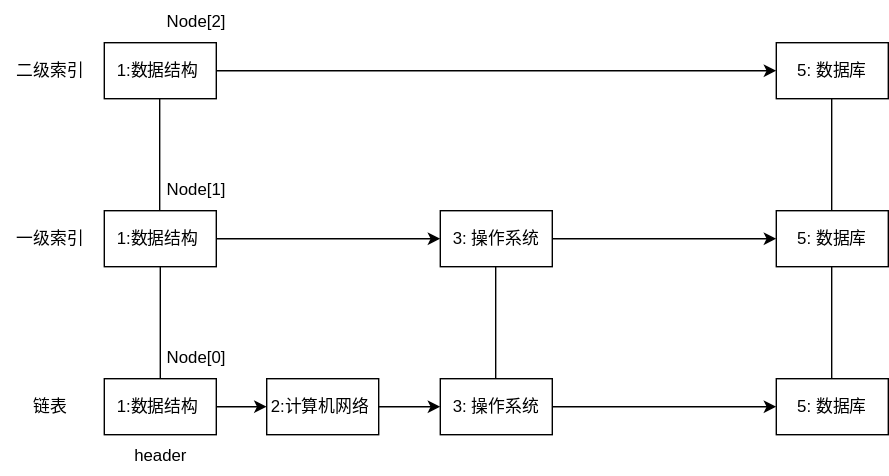
This is assets/img/redis/跳表-插入2.svg from Wind134/Wind134.github.io, a draw.io export, as it was before one commit. Source tidied: cells renumbered, new cells last; positions are measured from the earlier drawing's top-left corner, leaving out a move shared by most shapes.
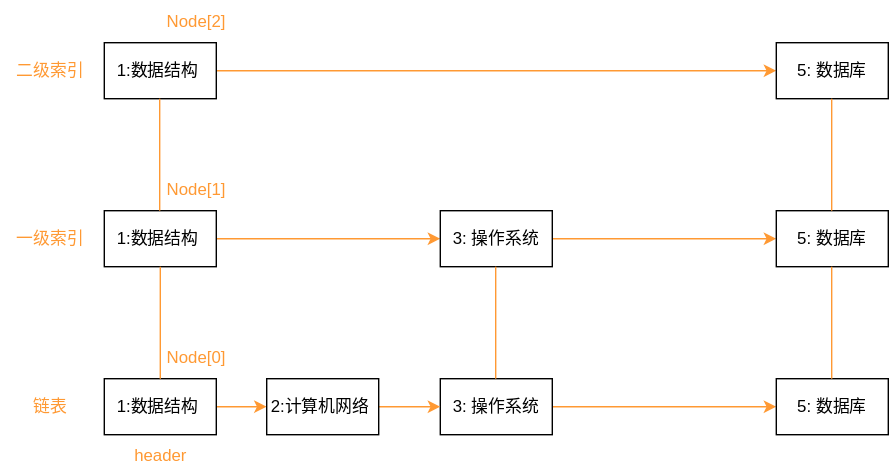
Later version of the same file.

The edit, as a diff of the source:
```diff
@@ -2,13 +2,13 @@
   <root>
     <mxCell id="0" />
     <mxCell id="1" parent="0" />
-    <mxCell id="2" style="edgeStyle=orthogonalEdgeStyle;rounded=0;jettySize=auto;html=1;entryX=0;entryY=0.5;entryDx=0;entryDy=0;" parent="1" edge="1" source="3" target="28">
+    <mxCell id="2" style="edgeStyle=orthogonalEdgeStyle;rounded=0;jettySize=auto;html=1;entryX=0;entryY=0.5;entryDx=0;entryDy=0;strokeColor=#FF9933;" parent="1" edge="1" source="3" target="28">
       <mxGeometry relative="1" as="geometry" />
     </mxCell>
     <mxCell id="3" value="1:数据结构&amp;nbsp;" style="rounded=0;whiteSpace=wrap;html=1;" parent="1" vertex="1">
       <mxGeometry x="74" y="270" width="80" height="40" as="geometry" />
     </mxCell>
-    <mxCell id="4" style="edgeStyle=orthogonalEdgeStyle;rounded=0;jettySize=auto;html=1;entryX=0;entryY=0.5;entryDx=0;entryDy=0;" parent="1" edge="1" source="5" target="6">
+    <mxCell id="4" style="edgeStyle=orthogonalEdgeStyle;rounded=0;jettySize=auto;html=1;entryX=0;entryY=0.5;entryDx=0;entryDy=0;strokeColor=#FF9933;" parent="1" edge="1" source="5" target="6">
       <mxGeometry relative="1" as="geometry" />
     </mxCell>
     <mxCell id="5" value="3: 操作系统" style="rounded=0;whiteSpace=wrap;html=1;" parent="1" vertex="1">
@@ -17,7 +17,7 @@
     <mxCell id="6" value="5: 数据库" style="rounded=0;whiteSpace=wrap;html=1;" parent="1" vertex="1">
       <mxGeometry x="554" y="270" width="80" height="40" as="geometry" />
     </mxCell>
-    <mxCell id="7" style="edgeStyle=orthogonalEdgeStyle;rounded=0;jettySize=auto;html=1;" parent="1" edge="1" source="8">
+    <mxCell id="7" style="edgeStyle=orthogonalEdgeStyle;rounded=0;jettySize=auto;html=1;strokeColor=#FF9933;" parent="1" edge="1" source="8">
       <mxGeometry relative="1" as="geometry">
         <mxPoint x="314" y="170" as="targetPoint" />
       </mxGeometry>
@@ -25,7 +25,7 @@
     <mxCell id="8" value="1:数据结构&amp;nbsp;" style="rounded=0;whiteSpace=wrap;html=1;" parent="1" vertex="1">
       <mxGeometry x="74" y="150" width="80" height="40" as="geometry" />
     </mxCell>
-    <mxCell id="9" style="edgeStyle=orthogonalEdgeStyle;rounded=0;jettySize=auto;html=1;" parent="1" edge="1" source="10">
+    <mxCell id="9" style="edgeStyle=orthogonalEdgeStyle;rounded=0;jettySize=auto;html=1;strokeColor=#FF9933;" parent="1" edge="1" source="10">
       <mxGeometry relative="1" as="geometry">
         <mxPoint x="554" y="170" as="targetPoint" />
       </mxGeometry>
@@ -36,7 +36,7 @@
     <mxCell id="11" value="5: 数据库" style="rounded=0;whiteSpace=wrap;html=1;" parent="1" vertex="1">
       <mxGeometry x="554" y="150" width="80" height="40" as="geometry" />
     </mxCell>
-    <mxCell id="12" style="edgeStyle=orthogonalEdgeStyle;rounded=0;jettySize=auto;html=1;" parent="1" edge="1" source="13">
+    <mxCell id="12" style="edgeStyle=orthogonalEdgeStyle;rounded=0;jettySize=auto;html=1;strokeColor=#FF9933;" parent="1" edge="1" source="13">
       <mxGeometry relative="1" as="geometry">
         <mxPoint x="554" y="50" as="targetPoint" />
       </mxGeometry>
@@ -47,55 +47,55 @@
     <mxCell id="14" value="5: 数据库" style="rounded=0;whiteSpace=wrap;html=1;" parent="1" vertex="1">
       <mxGeometry x="554" y="30" width="80" height="40" as="geometry" />
     </mxCell>
-    <mxCell id="15" value="链表" style="text;html=1;align=center;verticalAlign=middle;strokeColor=none;fillColor=none;" parent="1" vertex="1">
+    <mxCell id="15" value="&lt;font color=&quot;#ff9933&quot;&gt;链表&lt;/font&gt;" style="text;html=1;align=center;verticalAlign=middle;strokeColor=none;fillColor=none;" parent="1" vertex="1">
       <mxGeometry x="10" y="275" width="50" height="30" as="geometry" />
     </mxCell>
-    <mxCell id="16" value="一级索引" style="text;html=1;align=center;verticalAlign=middle;strokeColor=none;fillColor=none;" parent="1" vertex="1">
+    <mxCell id="16" value="&lt;font color=&quot;#ff9933&quot;&gt;一级索引&lt;/font&gt;" style="text;html=1;align=center;verticalAlign=middle;strokeColor=none;fillColor=none;" parent="1" vertex="1">
       <mxGeometry y="155" width="70" height="30" as="geometry" />
     </mxCell>
-    <mxCell id="17" value="二级索引" style="text;html=1;align=center;verticalAlign=middle;strokeColor=none;fillColor=none;" parent="1" vertex="1">
+    <mxCell id="17" value="&lt;font color=&quot;#ff9933&quot;&gt;二级索引&lt;/font&gt;" style="text;html=1;align=center;verticalAlign=middle;strokeColor=none;fillColor=none;" parent="1" vertex="1">
       <mxGeometry y="35" width="70" height="30" as="geometry" />
     </mxCell>
-    <mxCell id="18" style="endArrow=none;html=1;rounded=0;exitX=0.5;exitY=0;exitDx=0;exitDy=0;entryX=0.5;entryY=1;entryDx=0;entryDy=0;" parent="1" edge="1" source="3" target="8">
+    <mxCell id="18" style="endArrow=none;html=1;rounded=0;exitX=0.5;exitY=0;exitDx=0;exitDy=0;entryX=0.5;entryY=1;entryDx=0;entryDy=0;strokeColor=#FF9933;" parent="1" edge="1" source="3" target="8">
       <mxGeometry relative="1" as="geometry" />
     </mxCell>
-    <mxCell id="19" style="endArrow=none;html=1;rounded=0;exitX=0.5;exitY=0;exitDx=0;exitDy=0;entryX=0.5;entryY=1;entryDx=0;entryDy=0;" parent="1" edge="1">
+    <mxCell id="19" style="endArrow=none;html=1;rounded=0;exitX=0.5;exitY=0;exitDx=0;exitDy=0;entryX=0.5;entryY=1;entryDx=0;entryDy=0;strokeColor=#FF9933;" parent="1" edge="1">
       <mxGeometry relative="1" as="geometry">
         <mxPoint x="113.6" y="150" as="sourcePoint" />
         <mxPoint x="113.6" y="70" as="targetPoint" />
       </mxGeometry>
     </mxCell>
-    <mxCell id="20" style="endArrow=none;html=1;rounded=0;exitX=0.5;exitY=0;exitDx=0;exitDy=0;entryX=0.5;entryY=1;entryDx=0;entryDy=0;" parent="1" edge="1">
+    <mxCell id="20" style="endArrow=none;html=1;rounded=0;exitX=0.5;exitY=0;exitDx=0;exitDy=0;entryX=0.5;entryY=1;entryDx=0;entryDy=0;strokeColor=#FF9933;" parent="1" edge="1">
       <mxGeometry relative="1" as="geometry">
         <mxPoint x="353.6" y="270" as="sourcePoint" />
         <mxPoint x="353.6" y="190" as="targetPoint" />
       </mxGeometry>
     </mxCell>
-    <mxCell id="21" style="endArrow=none;html=1;rounded=0;exitX=0.5;exitY=0;exitDx=0;exitDy=0;entryX=0.5;entryY=1;entryDx=0;entryDy=0;" parent="1" edge="1">
+    <mxCell id="21" style="endArrow=none;html=1;rounded=0;exitX=0.5;exitY=0;exitDx=0;exitDy=0;entryX=0.5;entryY=1;entryDx=0;entryDy=0;strokeColor=#FF9933;" parent="1" edge="1">
       <mxGeometry relative="1" as="geometry">
         <mxPoint x="593.6" y="270" as="sourcePoint" />
         <mxPoint x="593.6" y="190" as="targetPoint" />
       </mxGeometry>
     </mxCell>
-    <mxCell id="22" style="endArrow=none;html=1;rounded=0;exitX=0.5;exitY=0;exitDx=0;exitDy=0;entryX=0.5;entryY=1;entryDx=0;entryDy=0;" parent="1" edge="1">
+    <mxCell id="22" style="endArrow=none;html=1;rounded=0;exitX=0.5;exitY=0;exitDx=0;exitDy=0;entryX=0.5;entryY=1;entryDx=0;entryDy=0;strokeColor=#FF9933;" parent="1" edge="1">
       <mxGeometry relative="1" as="geometry">
         <mxPoint x="593.6" y="150" as="sourcePoint" />
         <mxPoint x="593.6" y="70" as="targetPoint" />
       </mxGeometry>
     </mxCell>
-    <mxCell id="23" value="Node[0]" style="text;html=1;strokeColor=none;fillColor=none;align=center;verticalAlign=middle;whiteSpace=wrap;rounded=0;" parent="1" vertex="1">
+    <mxCell id="23" value="&lt;font color=&quot;#ff9933&quot;&gt;Node[0]&lt;/font&gt;" style="text;html=1;strokeColor=none;fillColor=none;align=center;verticalAlign=middle;whiteSpace=wrap;rounded=0;" parent="1" vertex="1">
       <mxGeometry x="110" y="240" width="60" height="30" as="geometry" />
     </mxCell>
-    <mxCell id="24" value="Node[1]" style="text;html=1;strokeColor=none;fillColor=none;align=center;verticalAlign=middle;whiteSpace=wrap;rounded=0;" parent="1" vertex="1">
+    <mxCell id="24" value="&lt;font color=&quot;#ff9933&quot;&gt;Node[1]&lt;/font&gt;" style="text;html=1;strokeColor=none;fillColor=none;align=center;verticalAlign=middle;whiteSpace=wrap;rounded=0;" parent="1" vertex="1">
       <mxGeometry x="110" y="120" width="60" height="30" as="geometry" />
     </mxCell>
-    <mxCell id="25" value="Node[2]" style="text;html=1;strokeColor=none;fillColor=none;align=center;verticalAlign=middle;whiteSpace=wrap;rounded=0;" parent="1" vertex="1">
+    <mxCell id="25" value="&lt;font color=&quot;#ff9933&quot;&gt;Node[2]&lt;/font&gt;" style="text;html=1;strokeColor=none;fillColor=none;align=center;verticalAlign=middle;whiteSpace=wrap;rounded=0;" parent="1" vertex="1">
       <mxGeometry x="110" width="60" height="30" as="geometry" />
     </mxCell>
-    <mxCell id="26" value="header" style="text;html=1;align=center;verticalAlign=middle;strokeColor=none;fillColor=none;" parent="1" vertex="1">
+    <mxCell id="26" value="&lt;font color=&quot;#ff9933&quot;&gt;header&lt;/font&gt;" style="text;html=1;align=center;verticalAlign=middle;strokeColor=none;fillColor=none;" parent="1" vertex="1">
       <mxGeometry x="84" y="310" width="60" height="30" as="geometry" />
     </mxCell>
-    <mxCell id="27" style="edgeStyle=orthogonalEdgeStyle;rounded=0;jettySize=auto;html=1;" parent="1" edge="1" source="28" target="5">
+    <mxCell id="27" style="edgeStyle=orthogonalEdgeStyle;rounded=0;jettySize=auto;html=1;strokeColor=#FF9933;" parent="1" edge="1" source="28" target="5">
       <mxGeometry relative="1" as="geometry" />
     </mxCell>
     <mxCell id="28" value="2:计算机网络&amp;nbsp;" style="rounded=0;whiteSpace=wrap;html=1;" parent="1" vertex="1">
```
